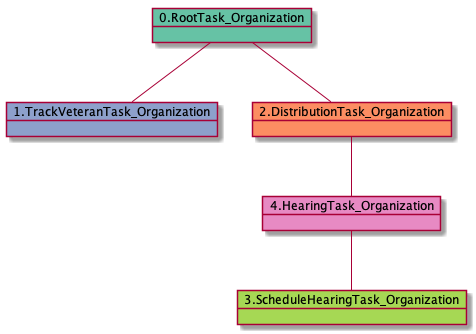
The PlantUML diagram docs-H/uml/RTO.TVTO.DTO.SHTO-42769.png in yoomlam/graphing, before a commit. The source it was exported from:
```plantuml
@startuml
object 0.RootTask_Organization #66c2a5
object 1.TrackVeteranTask_Organization #8da0cb
object 2.DistributionTask_Organization #fc8d62
object 3.ScheduleHearingTask_Organization #a6d854
object 4.HearingTask_Organization #e78ac3
0.RootTask_Organization -- 1.TrackVeteranTask_Organization
0.RootTask_Organization -- 2.DistributionTask_Organization
4.HearingTask_Organization -- 3.ScheduleHearingTask_Organization
2.DistributionTask_Organization -- 4.HearingTask_Organization
@enduml
```
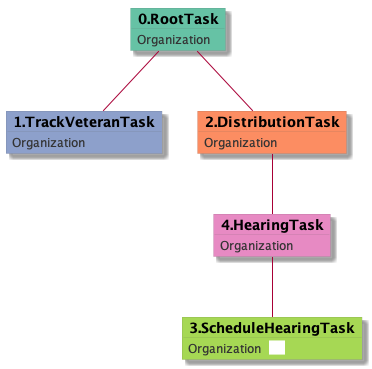
The same file after the commit.

The edit, as a diff of the source:
```diff
@@ -1,11 +1,29 @@
 @startuml
-object 0.RootTask_Organization #66c2a5
-object 1.TrackVeteranTask_Organization #8da0cb
-object 2.DistributionTask_Organization #fc8d62
-object 3.ScheduleHearingTask_Organization #a6d854
-object 4.HearingTask_Organization #e78ac3
-0.RootTask_Organization -- 1.TrackVeteranTask_Organization
-0.RootTask_Organization -- 2.DistributionTask_Organization
-4.HearingTask_Organization -- 3.ScheduleHearingTask_Organization
-2.DistributionTask_Organization -- 4.HearingTask_Organization
+skinparam {
+  ObjectBorderColor #555
+  ObjectBorderThickness 0
+  ObjectFontStyle bold
+  ObjectFontSize 14
+  ObjectAttributeFontColor #333
+  ObjectAttributeFontSize 12
+}
+  object 0.RootTask #66c2a5 {
+Organization
+}
+  object 1.TrackVeteranTask #8da0cb {
+Organization
+}
+  object 2.DistributionTask #fc8d62 {
+Organization
+}
+  object 3.ScheduleHearingTask #a6d854 {
+Organization  <back:white>    </back>
+}
+  object 4.HearingTask #e78ac3 {
+Organization
+}
+0.RootTask -- 1.TrackVeteranTask
+0.RootTask -- 2.DistributionTask
+4.HearingTask -- 3.ScheduleHearingTask
+2.DistributionTask -- 4.HearingTask
 @enduml
```
